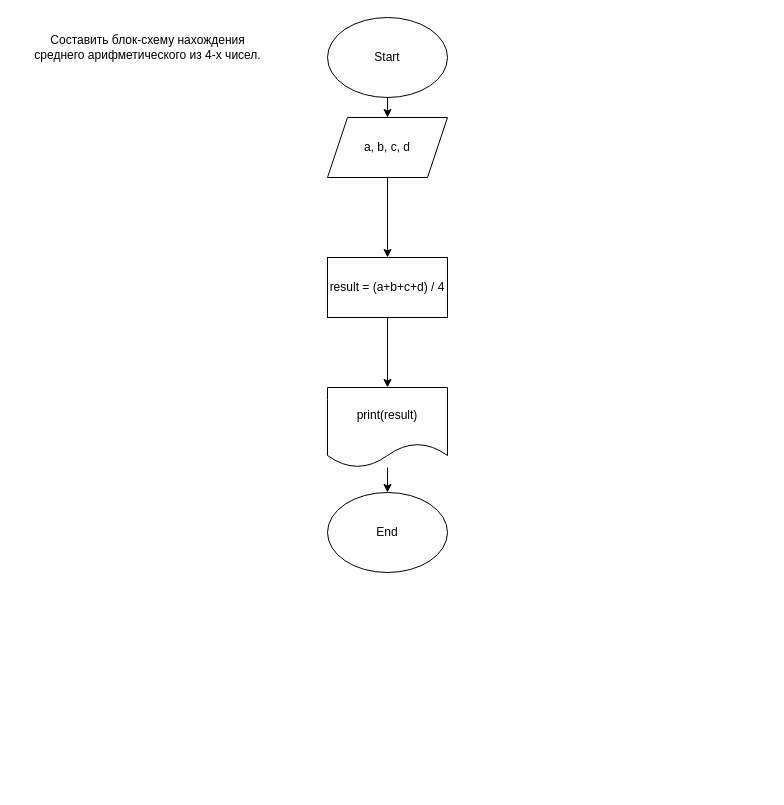
This is ДЗ№1.drawio from RuWebMan/My-diagram, a draw.io file, before an edit. Source tidied: cells renumbered, new cells numbered last; positions are measured from the earlier drawing's top-left corner, leaving out a move shared by most shapes. Both pictures are drawn from the tidied source at 100%, with x=0, y=0 at pixel (17, 17).
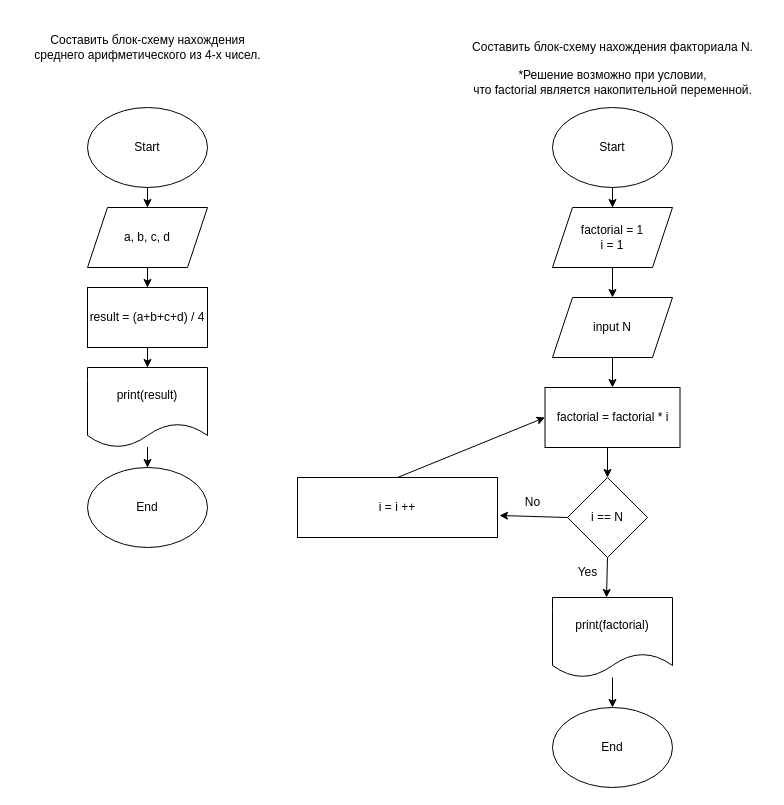
After the change.

Commit message:
Полное решение ДЗ№1.drawio

Diff of the diagram source:
```diff
@@
     <mxCell id="3" value="Start" style="ellipse;whiteSpace=wrap;html=1;" parent="1" vertex="1">
-      <mxGeometry x="310" width="120" height="80" as="geometry" />
+      <mxGeometry x="70" y="90" width="120" height="80" as="geometry" />
     </mxCell>
@@
     <mxCell id="5" value="a, b, c, d" style="shape=parallelogram;perimeter=parallelogramPerimeter;whiteSpace=wrap;html=1;fixedSize=1;" parent="1" vertex="1">
-      <mxGeometry x="310" y="100" width="120" height="60" as="geometry" />
+      <mxGeometry x="70" y="190" width="120" height="60" as="geometry" />
     </mxCell>
@@
     <mxCell id="8" value="result = (a+b+c+d) / 4" style="whiteSpace=wrap;html=1;" parent="1" vertex="1">
-      <mxGeometry x="310" y="240" width="120" height="60" as="geometry" />
+      <mxGeometry x="70" y="270" width="120" height="60" as="geometry" />
     </mxCell>
@@
     <mxCell id="10" value="print(result)" style="shape=document;whiteSpace=wrap;html=1;boundedLbl=1;" parent="1" vertex="1">
-      <mxGeometry x="310" y="370" width="120" height="80" as="geometry" />
+      <mxGeometry x="70" y="350" width="120" height="80" as="geometry" />
     </mxCell>
     <mxCell id="11" value="End" style="ellipse;whiteSpace=wrap;html=1;" parent="1" vertex="1">
-      <mxGeometry x="310" y="475" width="120" height="80" as="geometry" />
+      <mxGeometry x="70" y="450" width="120" height="80" as="geometry" />
     </mxCell>
+    <mxCell id="12" value="Составить блок-схему нахождения факториала N." style="text;html=1;align=center;verticalAlign=middle;strokeColor=none;fillColor=none;" parent="1" vertex="1">
+      <mxGeometry x="440" y="15" width="310" height="30" as="geometry" />
+    </mxCell>
+    <mxCell id="13" style="edgeStyle=orthogonalEdgeStyle;rounded=0;jettySize=auto;html=1;" parent="1" edge="1" source="14" target="16">
+      <mxGeometry relative="1" as="geometry" />
+    </mxCell>
+    <mxCell id="14" value="Start" style="ellipse;whiteSpace=wrap;html=1;" parent="1" vertex="1">
+      <mxGeometry x="535" y="90" width="120" height="80" as="geometry" />
+    </mxCell>
+    <mxCell id="15" style="edgeStyle=orthogonalEdgeStyle;rounded=0;jettySize=auto;html=1;" parent="1" edge="1" source="27" target="17">
+      <mxGeometry relative="1" as="geometry" />
+    </mxCell>
+    <mxCell id="16" value="factorial = 1&lt;br&gt;i = 1" style="shape=parallelogram;perimeter=parallelogramPerimeter;whiteSpace=wrap;html=1;fixedSize=1;" parent="1" vertex="1">
+      <mxGeometry x="535" y="190" width="120" height="60" as="geometry" />
+    </mxCell>
+    <mxCell id="17" value="factorial = factorial * i" style="whiteSpace=wrap;html=1;" parent="1" vertex="1">
+      <mxGeometry x="527.5" y="370" width="135" height="60" as="geometry" />
+    </mxCell>
+    <mxCell id="18" style="edgeStyle=orthogonalEdgeStyle;rounded=0;jettySize=auto;html=1;" parent="1" edge="1" source="19" target="20">
+      <mxGeometry relative="1" as="geometry" />
+    </mxCell>
+    <mxCell id="19" value="print(factorial)" style="shape=document;whiteSpace=wrap;html=1;boundedLbl=1;" parent="1" vertex="1">
+      <mxGeometry x="535" y="580" width="120" height="80" as="geometry" />
+    </mxCell>
+    <mxCell id="20" value="End" style="ellipse;whiteSpace=wrap;html=1;" parent="1" vertex="1">
+      <mxGeometry x="535" y="690" width="120" height="80" as="geometry" />
+    </mxCell>
+    <mxCell id="21" value="i == N" style="rhombus;whiteSpace=wrap;html=1;" parent="1" vertex="1">
+      <mxGeometry x="550" y="460" width="80" height="80" as="geometry" />
+    </mxCell>
+    <mxCell id="22" style="endArrow=classic;html=1;rounded=0;exitX=0;exitY=0.5;exitDx=0;exitDy=0;entryX=1.01;entryY=0.633;entryDx=0;entryDy=0;entryPerimeter=0;" parent="1" edge="1" source="21" target="25">
+      <mxGeometry relative="1" as="geometry" />
+    </mxCell>
+    <mxCell id="23" value="Yes" style="text;html=1;align=center;verticalAlign=middle;strokeColor=none;fillColor=none;" parent="1" vertex="1">
+      <mxGeometry x="550" y="540" width="40" height="30" as="geometry" />
+    </mxCell>
+    <mxCell id="24" value="No" style="text;html=1;align=center;verticalAlign=middle;strokeColor=none;fillColor=none;" parent="1" vertex="1">
+      <mxGeometry x="495" y="470" width="40" height="30" as="geometry" />
+    </mxCell>
+    <mxCell id="25" value="i = i ++" style="rounded=0;whiteSpace=wrap;html=1;" parent="1" vertex="1">
+      <mxGeometry x="280" y="460" width="200" height="60" as="geometry" />
+    </mxCell>
+    <mxCell id="26" style="edgeStyle=orthogonalEdgeStyle;rounded=0;jettySize=auto;html=1;" parent="1" edge="1" source="16" target="27">
+      <mxGeometry relative="1" as="geometry" />
+    </mxCell>
+    <mxCell id="27" value="input N" style="shape=parallelogram;perimeter=parallelogramPerimeter;whiteSpace=wrap;html=1;fixedSize=1;" parent="1" vertex="1">
+      <mxGeometry x="535" y="280" width="120" height="60" as="geometry" />
+    </mxCell>
+    <mxCell id="28" style="endArrow=classic;html=1;rounded=0;entryX=0.5;entryY=0;entryDx=0;entryDy=0;" parent="1" edge="1" target="21">
+      <mxGeometry relative="1" as="geometry">
+        <mxPoint x="590" y="430" as="sourcePoint" />
+      </mxGeometry>
+    </mxCell>
+    <mxCell id="29" style="endArrow=classic;html=1;rounded=0;entryX=0.45;entryY=0;entryDx=0;entryDy=0;entryPerimeter=0;" parent="1" edge="1" target="19">
+      <mxGeometry relative="1" as="geometry">
+        <mxPoint x="590" y="540" as="sourcePoint" />
+      </mxGeometry>
+    </mxCell>
+    <mxCell id="30" style="endArrow=classic;html=1;rounded=0;entryX=0;entryY=0.5;entryDx=0;entryDy=0;exitX=0.5;exitY=0;exitDx=0;exitDy=0;" parent="1" edge="1" source="25" target="17">
+      <mxGeometry relative="1" as="geometry" />
+    </mxCell>
+    <mxCell id="31" value="*Решение возможно при условии, &lt;br&gt;что factorial является накопительной переменной." style="text;html=1;align=center;verticalAlign=middle;strokeColor=none;fillColor=none;" parent="1" vertex="1">
+      <mxGeometry x="440" y="45" width="310" height="40" as="geometry" />
+    </mxCell>
```
